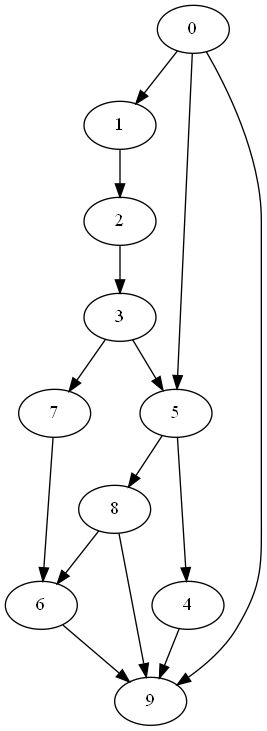
This is TISD/Lab_07/test2.png from Inlucker/University, a Graphviz export, as it was before one commit. Its source is kept beside it as TISD/Lab_07/test2.dot. Source of this version:
```dot
digraph G{
0->1
0->5
0->9
1->2
2->3
3->5
8->6
6->9
4->9
7->6
5->4
5->8
3->7
8->9
}
```
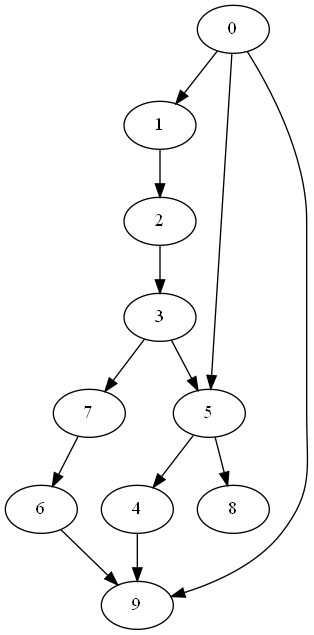
Later version of the same file.

What changed in the source:
```diff
@@ -5,12 +5,10 @@
 1->2
 2->3
 3->5
-8->6
 6->9
 4->9
 7->6
 5->4
 5->8
 3->7
-8->9
 }
```
